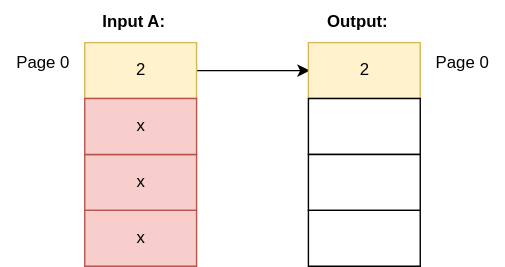
The draw.io diagram images/MergeResponsesKomplexSolution1.svg in cwahlmann/searchadapter, before a commit. Source tidied: cells renumbered, new cells last; positions are measured from the earlier drawing's top-left corner, leaving out a move shared by most shapes.
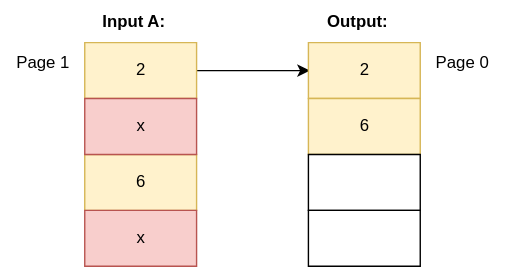
After the commit.

The edit, as a diff of the source:
```diff
@@ -8,10 +8,10 @@
     <mxCell id="3" value="2" style="verticalLabelPosition=middle;verticalAlign=middle;html=1;shape=mxgraph.basic.rect;fillColor2=none;strokeWidth=1;size=20;indent=5;labelPosition=center;align=center;fillColor=#fff2cc;strokeColor=#d6b656;" parent="1" vertex="1">
       <mxGeometry x="60" y="30" width="80" height="40" as="geometry" />
     </mxCell>
-    <mxCell id="4" value="x" style="verticalLabelPosition=middle;verticalAlign=middle;html=1;shape=mxgraph.basic.rect;fillColor2=none;strokeWidth=1;size=20;indent=5;labelPosition=center;align=center;fillColor=#f8cecc;strokeColor=#b85450;" parent="1" vertex="1">
+    <mxCell id="4" value="6" style="verticalLabelPosition=middle;verticalAlign=middle;html=1;shape=mxgraph.basic.rect;fillColor2=none;strokeWidth=1;size=20;indent=5;labelPosition=center;align=center;fillColor=#fff2cc;strokeColor=#d6b656;" parent="1" vertex="1">
       <mxGeometry x="60" y="110" width="80" height="40" as="geometry" />
     </mxCell>
-    <mxCell id="5" value="Page 0" style="text;html=1;align=center;verticalAlign=middle;strokeColor=none;fillColor=none;" parent="1" vertex="1">
+    <mxCell id="5" value="Page 1" style="text;html=1;align=center;verticalAlign=middle;strokeColor=none;fillColor=none;" parent="1" vertex="1">
       <mxGeometry y="30" width="60" height="30" as="geometry" />
     </mxCell>
     <mxCell id="6" value="&lt;b&gt;Input A:&lt;/b&gt;" style="text;html=1;align=center;verticalAlign=middle;strokeColor=none;fillColor=none;" parent="1" vertex="1">
@@ -32,7 +32,7 @@
     <mxCell id="11" value="2" style="verticalLabelPosition=middle;verticalAlign=middle;html=1;shape=mxgraph.basic.rect;fillColor2=none;strokeWidth=1;size=20;indent=5;labelPosition=center;align=center;fillColor=#fff2cc;strokeColor=#d6b656;" parent="1" vertex="1">
       <mxGeometry x="220" y="30" width="80" height="40" as="geometry" />
     </mxCell>
-    <mxCell id="12" style="verticalLabelPosition=middle;verticalAlign=middle;html=1;shape=mxgraph.basic.rect;fillColor2=none;strokeWidth=1;size=20;indent=5;labelPosition=center;align=center;" parent="1" vertex="1">
+    <mxCell id="12" value="6" style="verticalLabelPosition=middle;verticalAlign=middle;html=1;shape=mxgraph.basic.rect;fillColor2=none;strokeWidth=1;size=20;indent=5;labelPosition=center;align=center;fillColor=#fff2cc;strokeColor=#d6b656;" parent="1" vertex="1">
       <mxGeometry x="220" y="70" width="80" height="40" as="geometry" />
     </mxCell>
     <mxCell id="13" style="verticalLabelPosition=middle;verticalAlign=middle;html=1;shape=mxgraph.basic.rect;fillColor2=none;strokeWidth=1;size=20;indent=5;labelPosition=center;align=center;" parent="1" vertex="1">
```
